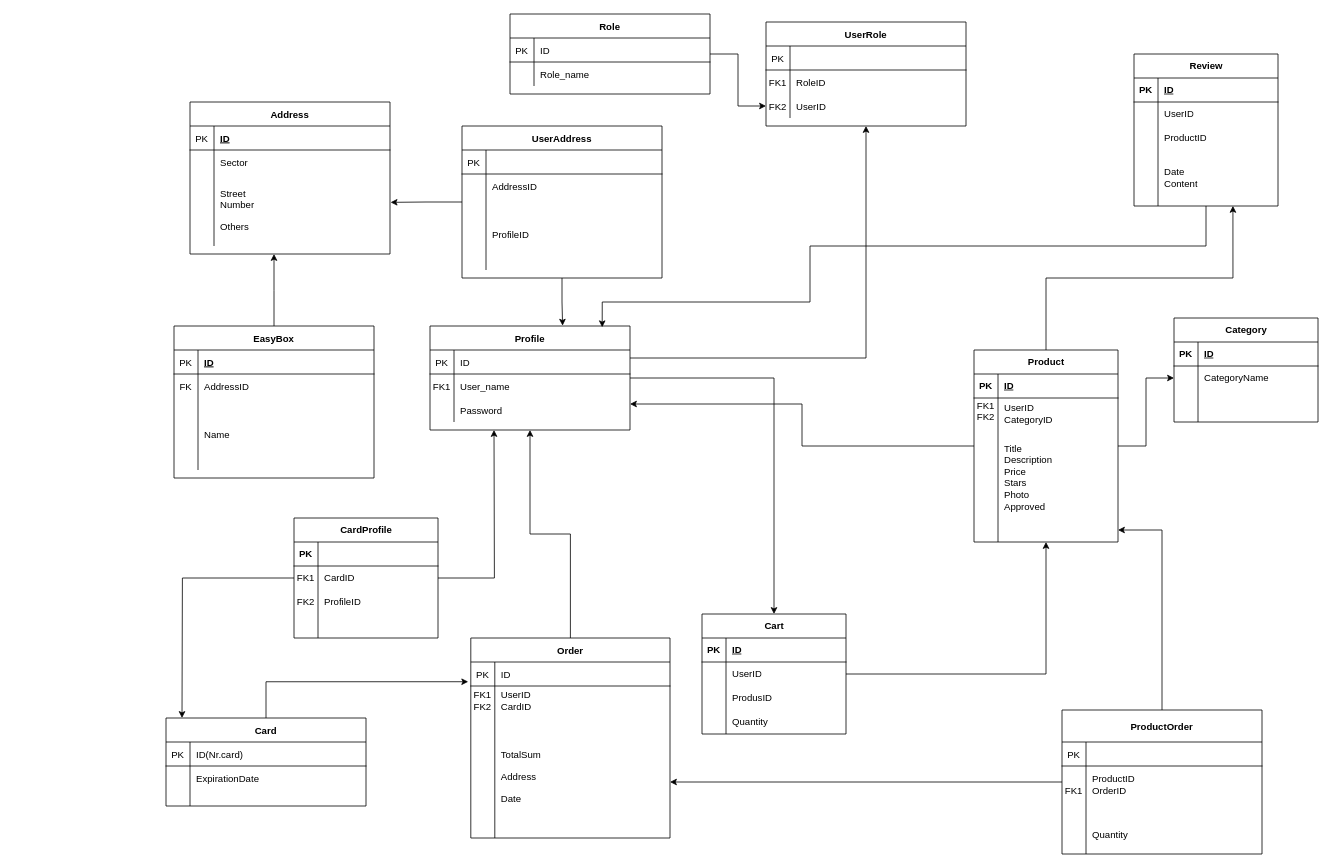
Popescu-Alin/ProiectMDS keeps this draw.io diagram as Untitled Diagram.drawio. Above is the earlier version. Source tidied: cells renumbered, new cells numbered last; positions are measured from the earlier drawing's top-left corner, leaving out a move shared by most shapes. Both pictures are drawn from the tidied source at 80%, with x=0, y=0 at pixel (166, 14).
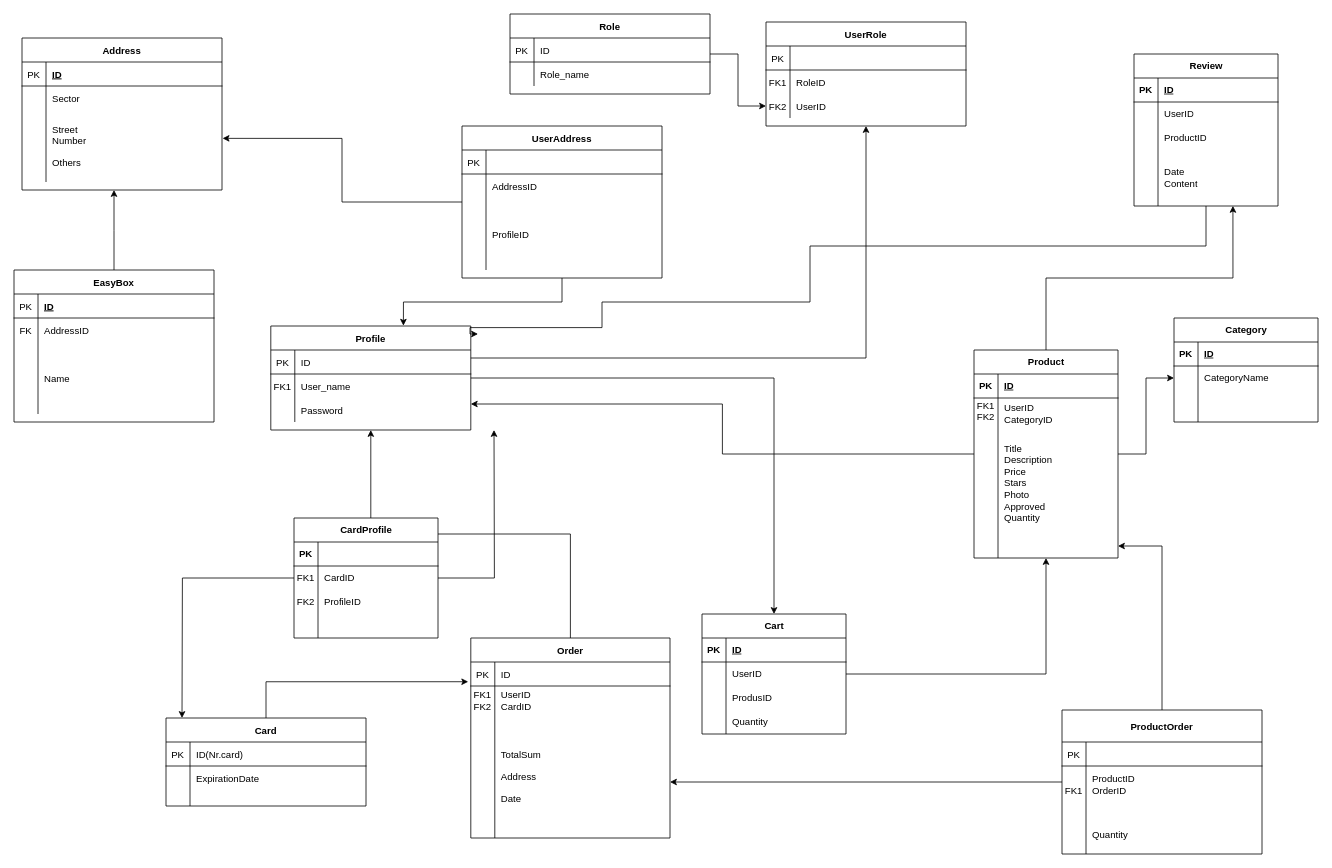
The same diagram, later.

The change refers to these unchanged cells:
```xml
<mxCell id="74" value="Review" style="shape=table;startSize=30;childLayout=tableLayout;rowLines=0;fontStyle=1;align=center;html=1;" parent="1" vertex="1">
  <mxGeometry x="1210" y="50" width="180" height="190" as="geometry" />
</mxCell>
```

What changed in the source:
```diff
@@
     <mxCell id="4" value="Profile" style="shape=table;startSize=30;childLayout=tableLayout;rowLines=0;fontStyle=1;align=center;" parent="1" vertex="1">
-      <mxGeometry x="330" y="390" width="250" height="130" as="geometry" />
+      <mxGeometry x="131" y="390" width="250" height="130" as="geometry" />
     </mxCell>
@@
     <mxCell id="60" value="Product" style="shape=table;startSize=30;childLayout=tableLayout;rowLines=0;fontStyle=1;align=center;html=1;" parent="1" vertex="1">
-      <mxGeometry x="1010" y="420" width="180" height="240" as="geometry" />
+      <mxGeometry x="1010" y="420" width="180" height="260" as="geometry" />
     </mxCell>
@@
     <mxCell id="67" style="shape=tableRow;horizontal=0;startSize=0;swimlaneHead=0;swimlaneBody=0;fillColor=none;top=0;left=0;right=0;bottom=0;" parent="60" vertex="1">
-      <mxGeometry y="100" width="180" height="110" as="geometry" />
+      <mxGeometry y="100" width="180" height="130" as="geometry" />
     </mxCell>
     <mxCell id="68" style="shape=partialRectangle;fillColor=none;top=0;left=0;bottom=0;right=0;overflow=hidden;whiteSpace=wrap;html=1;" parent="67" vertex="1">
-      <mxGeometry width="30" height="110" as="geometry" />
+      <mxGeometry width="30" height="130" as="geometry" />
     </mxCell>
-    <mxCell id="69" value="&lt;div&gt;&lt;br&gt;&lt;/div&gt;&lt;div&gt;Title&lt;/div&gt;&lt;div&gt;Description&lt;/div&gt;&lt;div&gt;Price&lt;/div&gt;&lt;div&gt;Stars&lt;/div&gt;&lt;div&gt;Photo&lt;/div&gt;&lt;div&gt;Approved&lt;br&gt;&lt;/div&gt;&lt;div&gt;&lt;br&gt;&lt;/div&gt;&lt;div&gt;&lt;br&gt;&lt;/div&gt;&lt;div&gt;&lt;br&gt;&lt;/div&gt;&lt;div&gt;&lt;br&gt;&lt;br&gt;&lt;/div&gt;" style="shape=partialRectangle;fillColor=none;top=0;left=0;bottom=0;right=0;align=left;spacingLeft=6;overflow=hidden;whiteSpace=wrap;html=1;" parent="67" vertex="1">
-      <mxGeometry x="30" width="150" height="110" as="geometry" />
+    <mxCell id="69" value="&lt;div&gt;&lt;br&gt;&lt;/div&gt;&lt;div&gt;Title&lt;/div&gt;&lt;div&gt;Description&lt;/div&gt;&lt;div&gt;Price&lt;/div&gt;&lt;div&gt;Stars&lt;/div&gt;&lt;div&gt;Photo&lt;/div&gt;&lt;div&gt;Approved&lt;br&gt;&lt;/div&gt;&lt;div&gt;Quantity&lt;br&gt;&lt;/div&gt;&lt;div&gt;&lt;br&gt;&lt;/div&gt;&lt;div&gt;&lt;br&gt;&lt;/div&gt;&lt;div&gt;&lt;br&gt;&lt;br&gt;&lt;/div&gt;" style="shape=partialRectangle;fillColor=none;top=0;left=0;bottom=0;right=0;align=left;spacingLeft=6;overflow=hidden;whiteSpace=wrap;html=1;" parent="67" vertex="1">
+      <mxGeometry x="30" width="150" height="130" as="geometry" />
     </mxCell>
     <mxCell id="70" style="shape=tableRow;horizontal=0;startSize=0;swimlaneHead=0;swimlaneBody=0;fillColor=none;points=[[0,0.5],[1,0.5]];portConstraint=eastwest;top=0;left=0;right=0;bottom=0;" parent="60" vertex="1">
-      <mxGeometry y="210" width="180" height="30" as="geometry" />
+      <mxGeometry y="230" width="180" height="30" as="geometry" />
     </mxCell>
@@
-    <mxCell id="73" style="edgeStyle=orthogonalEdgeStyle;rounded=0;jettySize=auto;html=1;entryX=0.861;entryY=0.012;entryDx=0;entryDy=0;entryPerimeter=0;" parent="1" edge="1" source="74" target="4">
+    <mxCell id="73" style="edgeStyle=orthogonalEdgeStyle;rounded=0;jettySize=auto;html=1;" parent="1" edge="1" source="74">
       <mxGeometry relative="1" as="geometry">
+        <mxPoint x="390" y="400" as="targetPoint" />
         <Array as="points">
           <mxPoint x="1300" y="290" />
           <mxPoint x="805" y="290" />
           <mxPoint x="805" y="360" />
           <mxPoint x="545" y="360" />
+          <mxPoint x="545" y="392" />
+          <mxPoint x="380" y="392" />
+          <mxPoint x="380" y="400" />
         </Array>
       </mxGeometry>
     </mxCell>
@@
     <mxCell id="112" value="Address" style="shape=table;startSize=30;childLayout=tableLayout;rowLines=0;fontStyle=1;align=center;" parent="1" vertex="1">
-      <mxGeometry x="30" y="110" width="250" height="190" as="geometry" />
+      <mxGeometry x="-180" y="30" width="250" height="190" as="geometry" />
     </mxCell>
@@
-    <mxCell id="134" style="edgeStyle=orthogonalEdgeStyle;rounded=0;jettySize=auto;html=1;" parent="1" edge="1" source="135">
-      <mxGeometry relative="1" as="geometry">
-        <mxPoint x="135" y="300" as="targetPoint" />
-      </mxGeometry>
-    </mxCell>
+    <mxCell id="171" style="edgeStyle=orthogonalEdgeStyle;rounded=0;jettySize=auto;html=1;" parent="1" edge="1" source="135">
+      <mxGeometry relative="1" as="geometry">
+        <mxPoint x="-65" y="220" as="targetPoint" />
+      </mxGeometry>
+    </mxCell>
     <mxCell id="135" value="EasyBox" style="shape=table;startSize=30;childLayout=tableLayout;rowLines=0;fontStyle=1;align=center;" parent="1" vertex="1">
-      <mxGeometry x="10" y="390" width="250" height="190" as="geometry" />
+      <mxGeometry x="-190" y="320" width="250" height="190" as="geometry" />
     </mxCell>
```
